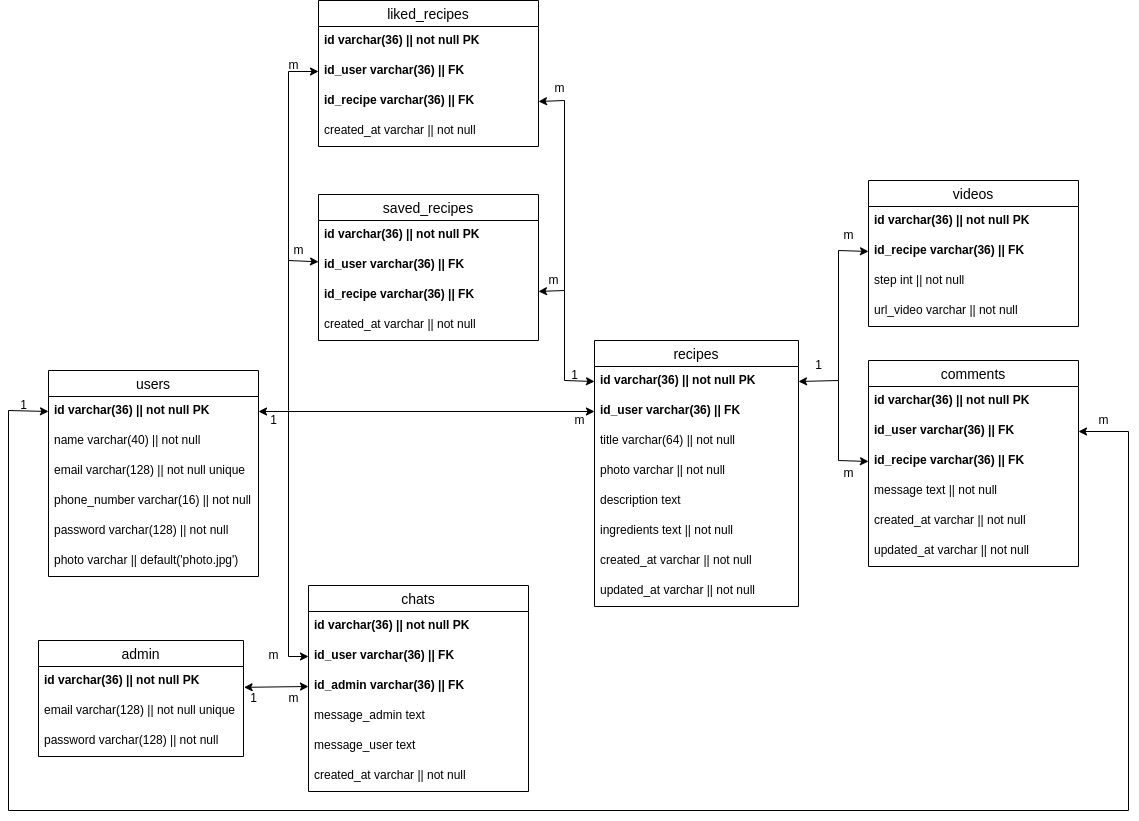
This is docs/markisak-database-diagram.png from rizalyuniar/markisak-be, a draw.io export, as it was before one commit. Source tidied: cells renumbered, new cells last; positions are measured from the earlier drawing's top-left corner, leaving out a move shared by most shapes.
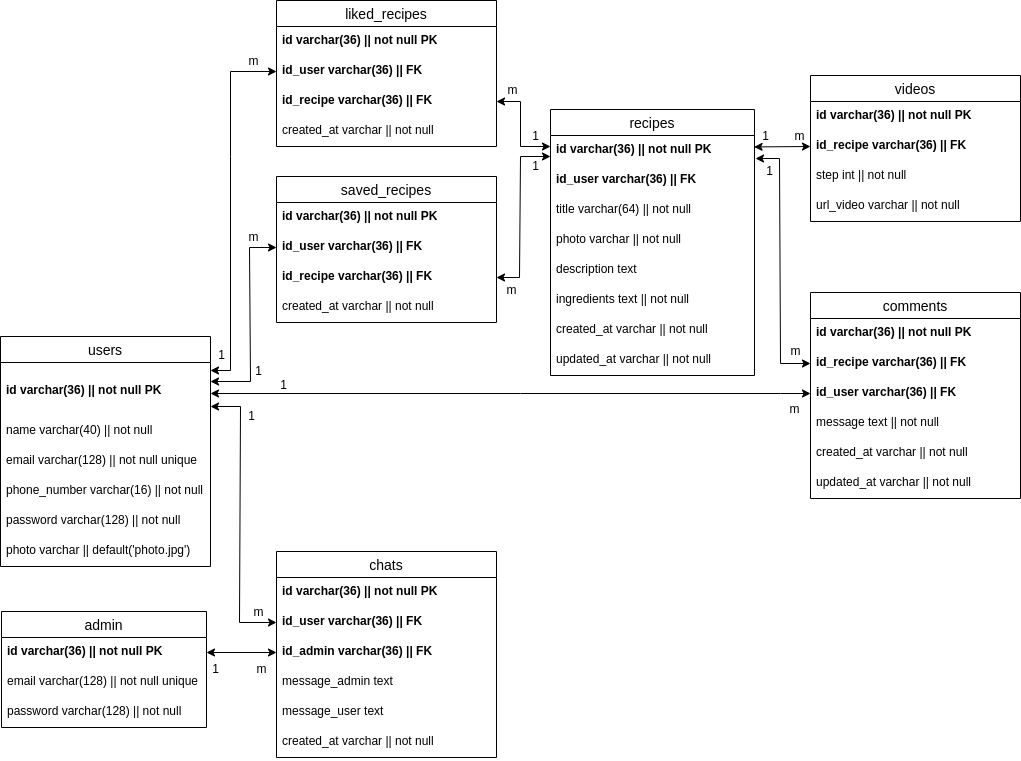
After the change.

Diff of the diagram source:
```diff
@@ -5,24 +5,24 @@
     <mxCell id="2" value="users" style="swimlane;fontStyle=0;horizontal=1;startSize=26;align=center;fontSize=14;" parent="1" vertex="1">
-      <mxGeometry x="40" y="370" width="210" height="206" as="geometry" />
+      <mxGeometry x="40" y="370" width="210" height="230" as="geometry" />
     </mxCell>
-    <mxCell id="3" value="id varchar(36) || not null PK" style="text;strokeColor=none;fillColor=none;spacingLeft=4;spacingRight=4;overflow=hidden;points=[[0,0.5],[1,0.5]];portConstraint=eastwest;fontSize=12;fontStyle=1;" parent="2" vertex="1">
-      <mxGeometry y="26" width="210" height="30" as="geometry" />
+    <mxCell id="3" value="id varchar(36) || not null PK" style="text;strokeColor=none;fillColor=none;spacingLeft=4;spacingRight=4;overflow=hidden;points=[[0,0.5],[1,0.5]];portConstraint=eastwest;fontSize=12;fontStyle=1;align=left;verticalAlign=middle;" parent="2" vertex="1">
+      <mxGeometry y="26" width="210" height="54" as="geometry" />
     </mxCell>
     <mxCell id="4" value="name varchar(40) || not null" style="text;strokeColor=none;fillColor=none;spacingLeft=4;spacingRight=4;overflow=hidden;fontSize=12;" parent="2" vertex="1">
-      <mxGeometry y="56" width="210" height="30" as="geometry" />
+      <mxGeometry y="80" width="210" height="30" as="geometry" />
     </mxCell>
     <mxCell id="5" value="email varchar(128) || not null unique" style="text;strokeColor=none;fillColor=none;spacingLeft=4;spacingRight=4;overflow=hidden;fontSize=12;" parent="2" vertex="1">
-      <mxGeometry y="86" width="210" height="30" as="geometry" />
+      <mxGeometry y="110" width="210" height="30" as="geometry" />
     </mxCell>
     <mxCell id="6" value="phone_number varchar(16) || not null" style="text;strokeColor=none;fillColor=none;spacingLeft=4;spacingRight=4;overflow=hidden;fontSize=12;" parent="2" vertex="1">
-      <mxGeometry y="116" width="210" height="30" as="geometry" />
+      <mxGeometry y="140" width="210" height="30" as="geometry" />
     </mxCell>
     <mxCell id="7" value="password varchar(128) || not null" style="text;strokeColor=none;fillColor=none;spacingLeft=4;spacingRight=4;overflow=hidden;fontSize=12;" parent="2" vertex="1">
-      <mxGeometry y="146" width="210" height="30" as="geometry" />
+      <mxGeometry y="170" width="210" height="30" as="geometry" />
     </mxCell>
     <mxCell id="8" value="photo varchar || default('photo.jpg')" style="text;strokeColor=none;fillColor=none;spacingLeft=4;spacingRight=4;overflow=hidden;fontSize=12;" parent="2" vertex="1">
-      <mxGeometry y="176" width="210" height="30" as="geometry" />
+      <mxGeometry y="200" width="210" height="30" as="geometry" />
     </mxCell>
     <mxCell id="9" value="recipes" style="swimlane;fontStyle=0;horizontal=1;startSize=26;align=center;fontSize=14;" parent="1" vertex="1">
-      <mxGeometry x="586" y="340" width="204" height="266" as="geometry" />
+      <mxGeometry x="590" y="143" width="204" height="266" as="geometry" />
     </mxCell>
@@ -53,3 +53,3 @@
     <mxCell id="18" value="liked_recipes" style="swimlane;fontStyle=0;horizontal=1;startSize=26;align=center;fontSize=14;" parent="1" vertex="1">
-      <mxGeometry x="310" width="220" height="146" as="geometry" />
+      <mxGeometry x="316" y="34" width="220" height="146" as="geometry" />
     </mxCell>
@@ -67,7 +67,4 @@
     </mxCell>
-    <mxCell id="23" style="endArrow=classic;startArrow=classic;html=1;rounded=0;" parent="1" edge="1" source="3" target="11">
-      <mxGeometry relative="1" as="geometry" />
-    </mxCell>
     <mxCell id="24" value="saved_recipes" style="swimlane;fontStyle=0;horizontal=1;startSize=26;align=center;fontSize=14;" parent="1" vertex="1">
-      <mxGeometry x="310" y="194" width="220" height="146" as="geometry" />
+      <mxGeometry x="316" y="210" width="220" height="146" as="geometry" />
     </mxCell>
@@ -86,3 +83,3 @@
     <mxCell id="29" value="admin" style="swimlane;fontStyle=0;horizontal=1;startSize=26;align=center;fontSize=14;" parent="1" vertex="1">
-      <mxGeometry x="30" y="640" width="205" height="116" as="geometry" />
+      <mxGeometry x="41" y="645" width="205" height="116" as="geometry" />
     </mxCell>
@@ -98,3 +95,3 @@
     <mxCell id="33" value="comments" style="swimlane;fontStyle=0;horizontal=1;startSize=26;align=center;fontSize=14;" parent="1" vertex="1">
-      <mxGeometry x="860" y="360" width="210" height="206" as="geometry" />
+      <mxGeometry x="850" y="326" width="210" height="206" as="geometry" />
     </mxCell>
@@ -103,8 +100,8 @@
     </mxCell>
+    <mxCell id="36" value="id_recipe varchar(36) || FK" style="text;strokeColor=none;fillColor=none;spacingLeft=4;spacingRight=4;overflow=hidden;points=[[0,0.5],[1,0.5]];portConstraint=eastwest;fontSize=12;fontStyle=1;" parent="33" vertex="1">
+      <mxGeometry y="56" width="210" height="30" as="geometry" />
+    </mxCell>
     <mxCell id="35" value="id_user varchar(36) || FK" style="text;strokeColor=none;fillColor=none;spacingLeft=4;spacingRight=4;overflow=hidden;points=[[0,0.5],[1,0.5]];portConstraint=eastwest;fontSize=12;fontStyle=1;" parent="33" vertex="1">
-      <mxGeometry y="56" width="210" height="30" as="geometry" />
+      <mxGeometry y="86" width="210" height="30" as="geometry" />
     </mxCell>
-    <mxCell id="36" value="id_recipe varchar(36) || FK" style="text;strokeColor=none;fillColor=none;spacingLeft=4;spacingRight=4;overflow=hidden;points=[[0,0.5],[1,0.5]];portConstraint=eastwest;fontSize=12;fontStyle=1;" parent="33" vertex="1">
-      <mxGeometry y="86" width="210" height="30" as="geometry" />
-    </mxCell>
     <mxCell id="37" value="message text || not null" style="text;strokeColor=none;fillColor=none;spacingLeft=4;spacingRight=4;overflow=hidden;fontSize=12;fontStyle=0;" parent="33" vertex="1">
@@ -119,3 +116,3 @@
     <mxCell id="40" value="chats" style="swimlane;fontStyle=0;horizontal=1;startSize=26;align=center;fontSize=14;" parent="1" vertex="1">
-      <mxGeometry x="300" y="585" width="220" height="206" as="geometry" />
+      <mxGeometry x="316" y="585" width="220" height="206" as="geometry" />
     </mxCell>
@@ -139,113 +136,25 @@
     </mxCell>
-    <mxCell id="47" style="endArrow=classic;startArrow=none;html=1;rounded=0;startFill=0;" parent="1" edge="1">
-      <mxGeometry relative="1" as="geometry">
-        <mxPoint x="280" y="410" as="sourcePoint" />
-        <mxPoint x="310" y="261.3" as="targetPoint" />
-        <Array as="points">
-          <mxPoint x="280" y="260" />
-        </Array>
-      </mxGeometry>
-    </mxCell>
-    <mxCell id="48" style="endArrow=classic;startArrow=none;html=1;rounded=0;startFill=0;entryX=0;entryY=0.5;entryDx=0;entryDy=0;" parent="1" edge="1">
-      <mxGeometry relative="1" as="geometry">
-        <mxPoint x="280" y="260" as="sourcePoint" />
-        <mxPoint x="310" y="71" as="targetPoint" />
-        <Array as="points">
-          <mxPoint x="280" y="71" />
-        </Array>
-      </mxGeometry>
-    </mxCell>
     <mxCell id="49" value="m" style="text;html=1;align=center;verticalAlign=middle;strokeColor=none;fillColor=none;" parent="1" vertex="1">
-      <mxGeometry x="270" y="50" width="30" height="30" as="geometry" />
+      <mxGeometry x="278" y="80" width="30" height="30" as="geometry" />
     </mxCell>
     <mxCell id="50" value="1" style="text;html=1;align=center;verticalAlign=middle;strokeColor=none;fillColor=none;" parent="1" vertex="1">
-      <mxGeometry x="250" y="405" width="30" height="30" as="geometry" />
+      <mxGeometry x="283" y="390" width="30" height="30" as="geometry" />
     </mxCell>
     <mxCell id="51" value="m" style="text;html=1;align=center;verticalAlign=middle;strokeColor=none;fillColor=none;" parent="1" vertex="1">
-      <mxGeometry x="275" y="235" width="30" height="30" as="geometry" />
+      <mxGeometry x="536" y="309" width="30" height="30" as="geometry" />
     </mxCell>
-    <mxCell id="52" style="endArrow=classic;startArrow=classic;html=1;rounded=0;startFill=1;exitX=0;exitY=0.5;exitDx=0;exitDy=0;" parent="1" edge="1" source="10" target="27">
-      <mxGeometry relative="1" as="geometry">
-        <Array as="points">
-          <mxPoint x="556" y="380" />
-          <mxPoint x="556" y="290" />
-        </Array>
-      </mxGeometry>
-    </mxCell>
-    <mxCell id="53" value="m" style="text;html=1;align=center;verticalAlign=middle;strokeColor=none;fillColor=none;" parent="1" vertex="1">
-      <mxGeometry x="556" y="405" width="30" height="30" as="geometry" />
-    </mxCell>
-    <mxCell id="54" value="m" style="text;html=1;align=center;verticalAlign=middle;strokeColor=none;fillColor=none;" parent="1" vertex="1">
-      <mxGeometry x="530" y="265" width="30" height="30" as="geometry" />
-    </mxCell>
-    <mxCell id="55" value="1" style="text;html=1;align=center;verticalAlign=middle;strokeColor=none;fillColor=none;" parent="1" vertex="1">
-      <mxGeometry x="551" y="360" width="30" height="30" as="geometry" />
-    </mxCell>
-    <mxCell id="56" style="endArrow=classic;startArrow=none;html=1;rounded=0;startFill=0;entryX=1;entryY=0.5;entryDx=0;entryDy=0;" parent="1" edge="1" target="21">
-      <mxGeometry relative="1" as="geometry">
-        <mxPoint x="556" y="290" as="sourcePoint" />
-        <Array as="points">
-          <mxPoint x="556" y="100" />
-        </Array>
-      </mxGeometry>
-    </mxCell>
-    <mxCell id="57" value="m" style="text;html=1;align=center;verticalAlign=middle;strokeColor=none;fillColor=none;" parent="1" vertex="1">
-      <mxGeometry x="536" y="73" width="30" height="30" as="geometry" />
-    </mxCell>
-    <mxCell id="58" style="endArrow=classic;startArrow=none;html=1;rounded=0;entryX=0;entryY=0.5;entryDx=0;entryDy=0;startFill=0;" parent="1" edge="1">
-      <mxGeometry x="1" y="264" relative="1" as="geometry">
-        <mxPoint x="280" y="410" as="sourcePoint" />
-        <mxPoint x="300" y="656" as="targetPoint" />
-        <Array as="points">
-          <mxPoint x="280" y="656" />
-        </Array>
-        <mxPoint x="15" y="284" as="offset" />
-      </mxGeometry>
-    </mxCell>
-    <mxCell id="59" style="endArrow=classic;startArrow=classic;html=1;rounded=0;exitX=1.003;exitY=0.694;exitDx=0;exitDy=0;exitPerimeter=0;entryX=0;entryY=0.5;entryDx=0;entryDy=0;" parent="1" edge="1" source="30">
-      <mxGeometry relative="1" as="geometry">
-        <mxPoint x="300" y="686" as="targetPoint" />
-      </mxGeometry>
+    <mxCell id="59" style="endArrow=classic;startArrow=classic;html=1;rounded=0;exitX=1;exitY=0.5;exitDx=0;exitDy=0;entryX=0;entryY=0.5;entryDx=0;entryDy=0;" parent="1" edge="1" source="30" target="43">
+      <mxGeometry relative="1" as="geometry" />
     </mxCell>
     <mxCell id="60" value="1" style="text;html=1;align=center;verticalAlign=middle;strokeColor=none;fillColor=none;" parent="1" vertex="1">
-      <mxGeometry x="230" y="683" width="30" height="30" as="geometry" />
+      <mxGeometry x="240" y="688" width="30" height="30" as="geometry" />
     </mxCell>
     <mxCell id="61" value="m" style="text;html=1;align=center;verticalAlign=middle;strokeColor=none;fillColor=none;" parent="1" vertex="1">
-      <mxGeometry x="270" y="683" width="30" height="30" as="geometry" />
+      <mxGeometry x="286" y="688" width="30" height="30" as="geometry" />
     </mxCell>
-    <mxCell id="62" style="endArrow=classic;startArrow=classic;html=1;rounded=0;entryX=1;entryY=0.5;entryDx=0;entryDy=0;exitX=0;exitY=0.5;exitDx=0;exitDy=0;" parent="1" edge="1" source="3" target="35">
-      <mxGeometry relative="1" as="geometry">
-        <Array as="points">
-          <mxPoint y="410" />
-          <mxPoint y="810" />
-          <mxPoint x="1120" y="810" />
-          <mxPoint x="1120" y="431" />
-        </Array>
-      </mxGeometry>
-    </mxCell>
-    <mxCell id="63" style="endArrow=classic;startArrow=classic;html=1;rounded=0;exitX=1;exitY=0.5;exitDx=0;exitDy=0;entryX=0;entryY=0.5;entryDx=0;entryDy=0;" parent="1" edge="1" source="10" target="36">
-      <mxGeometry relative="1" as="geometry">
-        <Array as="points">
-          <mxPoint x="830" y="380" />
-          <mxPoint x="830" y="460" />
-        </Array>
-      </mxGeometry>
-    </mxCell>
-    <mxCell id="64" value="1" style="text;html=1;align=center;verticalAlign=middle;strokeColor=none;fillColor=none;" parent="1" vertex="1">
-      <mxGeometry y="390" width="30" height="30" as="geometry" />
-    </mxCell>
     <mxCell id="65" value="m" style="text;html=1;align=center;verticalAlign=middle;strokeColor=none;fillColor=none;" parent="1" vertex="1">
-      <mxGeometry x="250" y="640" width="30" height="30" as="geometry" />
+      <mxGeometry x="283" y="631" width="30" height="30" as="geometry" />
     </mxCell>
-    <mxCell id="66" value="1" style="text;html=1;align=center;verticalAlign=middle;strokeColor=none;fillColor=none;" parent="1" vertex="1">
-      <mxGeometry x="795" y="350" width="30" height="30" as="geometry" />
-    </mxCell>
-    <mxCell id="67" value="m" style="text;html=1;align=center;verticalAlign=middle;strokeColor=none;fillColor=none;" parent="1" vertex="1">
-      <mxGeometry x="825" y="458" width="30" height="30" as="geometry" />
-    </mxCell>
-    <mxCell id="68" value="m" style="text;html=1;align=center;verticalAlign=middle;strokeColor=none;fillColor=none;" parent="1" vertex="1">
-      <mxGeometry x="1080" y="405" width="30" height="30" as="geometry" />
-    </mxCell>
     <mxCell id="69" value="videos" style="swimlane;fontStyle=0;horizontal=1;startSize=26;align=center;fontSize=14;" parent="1" vertex="1">
-      <mxGeometry x="860" y="180" width="210" height="146" as="geometry" />
+      <mxGeometry x="850" y="109" width="210" height="146" as="geometry" />
     </mxCell>
@@ -263,13 +172,103 @@
     </mxCell>
-    <mxCell id="74" style="endArrow=classic;html=1;rounded=0;entryX=0;entryY=0.5;entryDx=0;entryDy=0;" parent="1" edge="1" target="71">
-      <mxGeometry relative="1" as="geometry">
-        <mxPoint x="830" y="380" as="sourcePoint" />
-        <Array as="points">
-          <mxPoint x="830" y="250" />
-        </Array>
-      </mxGeometry>
-    </mxCell>
-    <mxCell id="75" value="m" style="text;html=1;align=center;verticalAlign=middle;strokeColor=none;fillColor=none;" parent="1" vertex="1">
-      <mxGeometry x="825" y="220" width="30" height="30" as="geometry" />
-    </mxCell>
+    <mxCell id="76" style="endArrow=classic;html=1;rounded=0;startArrow=classic;startFill=1;exitX=0;exitY=0.5;exitDx=0;exitDy=0;" parent="1" edge="1" source="20">
+      <mxGeometry relative="1" as="geometry">
+        <mxPoint x="250" y="404" as="targetPoint" />
+        <Array as="points">
+          <mxPoint x="270" y="105" />
+          <mxPoint x="270" y="190" />
+          <mxPoint x="270" y="404" />
+        </Array>
+      </mxGeometry>
+    </mxCell>
+    <mxCell id="77" style="endArrow=classic;html=1;rounded=0;startArrow=classic;startFill=1;exitX=0;exitY=0.5;exitDx=0;exitDy=0;" parent="1" edge="1" source="26">
+      <mxGeometry relative="1" as="geometry">
+        <mxPoint x="250" y="415" as="targetPoint" />
+        <Array as="points">
+          <mxPoint x="289" y="281" />
+          <mxPoint x="290" y="415" />
+        </Array>
+      </mxGeometry>
+    </mxCell>
+    <mxCell id="78" style="endArrow=classic;html=1;rounded=0;startArrow=classic;startFill=1;exitX=0;exitY=0.5;exitDx=0;exitDy=0;" parent="1" edge="1" source="42">
+      <mxGeometry relative="1" as="geometry">
+        <mxPoint x="250" y="440" as="targetPoint" />
+        <Array as="points">
+          <mxPoint x="279" y="656" />
+          <mxPoint x="280" y="440" />
+        </Array>
+      </mxGeometry>
+    </mxCell>
+    <mxCell id="79" value="1" style="text;html=1;align=center;verticalAlign=middle;strokeColor=none;fillColor=none;" parent="1" vertex="1">
+      <mxGeometry x="246" y="374" width="30" height="30" as="geometry" />
+    </mxCell>
+    <mxCell id="80" value="1" style="text;html=1;align=center;verticalAlign=middle;strokeColor=none;fillColor=none;" parent="1" vertex="1">
+      <mxGeometry x="308" y="404" width="30" height="30" as="geometry" />
+    </mxCell>
+    <mxCell id="81" value="1" style="text;html=1;align=center;verticalAlign=middle;strokeColor=none;fillColor=none;" parent="1" vertex="1">
+      <mxGeometry x="276" y="435" width="30" height="30" as="geometry" />
+    </mxCell>
+    <mxCell id="82" style="endArrow=classic;startArrow=classic;html=1;rounded=0;exitX=1;exitY=0.5;exitDx=0;exitDy=0;entryX=0;entryY=0.367;entryDx=0;entryDy=0;entryPerimeter=0;" parent="1" edge="1" source="21" target="10">
+      <mxGeometry relative="1" as="geometry">
+        <Array as="points">
+          <mxPoint x="560" y="135" />
+          <mxPoint x="560" y="180" />
+        </Array>
+      </mxGeometry>
+    </mxCell>
+    <mxCell id="83" style="endArrow=classic;startArrow=classic;html=1;rounded=0;exitX=1;exitY=0.5;exitDx=0;exitDy=0;entryX=0;entryY=0.7;entryDx=0;entryDy=0;entryPerimeter=0;" parent="1" edge="1" target="10">
+      <mxGeometry relative="1" as="geometry">
+        <mxPoint x="536" y="311" as="sourcePoint" />
+        <Array as="points">
+          <mxPoint x="559" y="311" />
+          <mxPoint x="560" y="190" />
+        </Array>
+      </mxGeometry>
+    </mxCell>
+    <mxCell id="84" style="endArrow=classic;startArrow=classic;html=1;rounded=0;entryX=0;entryY=0.5;entryDx=0;entryDy=0;exitX=0.998;exitY=0.381;exitDx=0;exitDy=0;exitPerimeter=0;" parent="1" edge="1" source="10" target="71">
+      <mxGeometry relative="1" as="geometry" />
+    </mxCell>
+    <mxCell id="63" style="endArrow=classic;startArrow=classic;html=1;rounded=0;entryX=0;entryY=0.5;entryDx=0;entryDy=0;exitX=1.005;exitY=0.767;exitDx=0;exitDy=0;exitPerimeter=0;" parent="1" edge="1" source="10" target="36">
+      <mxGeometry relative="1" as="geometry">
+        <Array as="points">
+          <mxPoint x="819" y="192" />
+          <mxPoint x="820" y="397" />
+        </Array>
+      </mxGeometry>
+    </mxCell>
+    <mxCell id="85" value="m" style="text;html=1;align=center;verticalAlign=middle;strokeColor=none;fillColor=none;" parent="1" vertex="1">
+      <mxGeometry x="537" y="109" width="30" height="30" as="geometry" />
+    </mxCell>
+    <mxCell id="86" value="m" style="text;html=1;align=center;verticalAlign=middle;strokeColor=none;fillColor=none;" parent="1" vertex="1">
+      <mxGeometry x="278" y="256" width="30" height="30" as="geometry" />
+    </mxCell>
+    <mxCell id="87" value="1" style="text;html=1;align=center;verticalAlign=middle;strokeColor=none;fillColor=none;" parent="1" vertex="1">
+      <mxGeometry x="560" y="185" width="30" height="30" as="geometry" />
+    </mxCell>
+    <mxCell id="88" value="1" style="text;html=1;align=center;verticalAlign=middle;strokeColor=none;fillColor=none;" parent="1" vertex="1">
+      <mxGeometry x="560" y="155" width="30" height="30" as="geometry" />
+    </mxCell>
+    <mxCell id="89" value="1" style="text;html=1;align=center;verticalAlign=middle;strokeColor=none;fillColor=none;" parent="1" vertex="1">
+      <mxGeometry x="790" y="155" width="30" height="30" as="geometry" />
+    </mxCell>
+    <mxCell id="90" value="m" style="text;html=1;align=center;verticalAlign=middle;strokeColor=none;fillColor=none;" parent="1" vertex="1">
+      <mxGeometry x="824" y="155" width="30" height="30" as="geometry" />
+    </mxCell>
+    <mxCell id="91" value="1" style="text;html=1;align=center;verticalAlign=middle;strokeColor=none;fillColor=none;" parent="1" vertex="1">
+      <mxGeometry x="794" y="190" width="30" height="30" as="geometry" />
+    </mxCell>
+    <mxCell id="92" value="m" style="text;html=1;align=center;verticalAlign=middle;strokeColor=none;fillColor=none;" parent="1" vertex="1">
+      <mxGeometry x="820" y="370" width="30" height="30" as="geometry" />
+    </mxCell>
+    <mxCell id="93" value="m" style="text;html=1;align=center;verticalAlign=middle;strokeColor=none;fillColor=none;" parent="1" vertex="1">
+      <mxGeometry x="819" y="428" width="30" height="30" as="geometry" />
+    </mxCell>
+    <mxCell id="94" style="endArrow=classic;startArrow=classic;html=1;rounded=0;entryX=0;entryY=0.5;entryDx=0;entryDy=0;" parent="1" edge="1" target="35">
+      <mxGeometry relative="1" as="geometry">
+        <mxPoint x="250" y="427" as="sourcePoint" />
+        <Array as="points">
+          <mxPoint x="560" y="427" />
+          <mxPoint x="820" y="427" />
+        </Array>
+      </mxGeometry>
+    </mxCell>
   </root>
```
